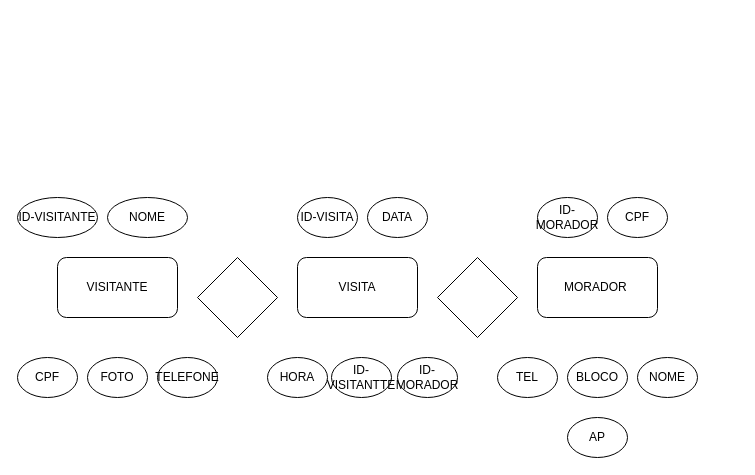
Above: projeto novo.drawio in vivizz-code/3ds (draw.io), before the change. Source tidied: cells renumbered, new cells numbered last; positions are measured from the earlier drawing's top-left corner, leaving out a move shared by most shapes. Both pictures are drawn from the tidied source at 100%, with x=0, y=0 at pixel (17, 197).
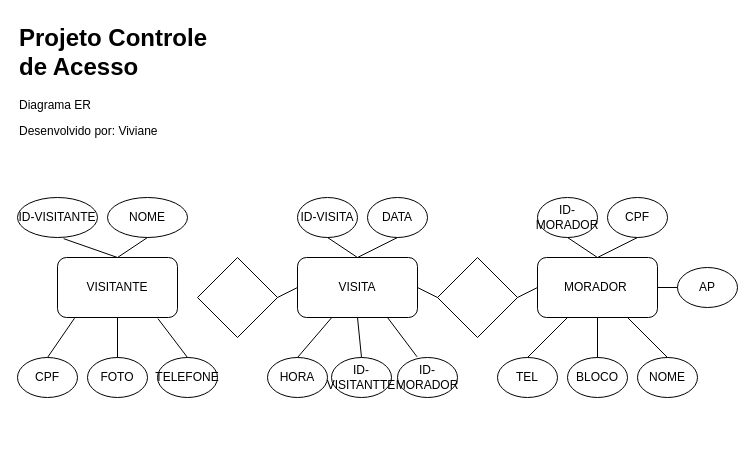
Above is the later version.

Commit message:
projeto do dia 11.drawio

The change refers to these unchanged cells:
```xml
<mxCell id="2" value="VISITANTE" style="rounded=1;whiteSpace=wrap;html=1;" parent="1" vertex="1">
  <mxGeometry x="40" y="60" width="120" height="60" as="geometry" />
</mxCell>
<mxCell id="3" value="VISITA" style="rounded=1;whiteSpace=wrap;html=1;" parent="1" vertex="1">
  <mxGeometry x="280" y="60" width="120" height="60" as="geometry" />
</mxCell>
<mxCell id="4" value="MORADOR&amp;nbsp;" style="rounded=1;whiteSpace=wrap;html=1;" parent="1" vertex="1">
  <mxGeometry x="520" y="60" width="120" height="60" as="geometry" />
</mxCell>
<mxCell id="5" style="rhombus;whiteSpace=wrap;html=1;" parent="1" vertex="1">
  <mxGeometry x="180" y="60" width="80" height="80" as="geometry" />
</mxCell>
<mxCell id="6" style="rhombus;whiteSpace=wrap;html=1;" parent="1" vertex="1">
  <mxGeometry x="420" y="60" width="80" height="80" as="geometry" />
</mxCell>
<mxCell id="7" value="ID-VISITANTE" style="ellipse;whiteSpace=wrap;html=1;" parent="1" vertex="1">
  <mxGeometry width="80" height="40" as="geometry" />
</mxCell>
<mxCell id="8" value="NOME" style="ellipse;whiteSpace=wrap;html=1;" parent="1" vertex="1">
  <mxGeometry x="90" width="80" height="40" as="geometry" />
</mxCell>
<mxCell id="9" value="CPF" style="ellipse;whiteSpace=wrap;html=1;" parent="1" vertex="1">
  <mxGeometry y="160" width="60" height="40" as="geometry" />
</mxCell>
<mxCell id="10" value="FOTO" style="ellipse;whiteSpace=wrap;html=1;" parent="1" vertex="1">
  <mxGeometry x="70" y="160" width="60" height="40" as="geometry" />
</mxCell>
<mxCell id="11" value="TELEFONE" style="ellipse;whiteSpace=wrap;html=1;" parent="1" vertex="1">
  <mxGeometry x="140" y="160" width="60" height="40" as="geometry" />
</mxCell>
<mxCell id="12" value="HORA" style="ellipse;whiteSpace=wrap;html=1;" parent="1" vertex="1">
  <mxGeometry x="250" y="160" width="60" height="40" as="geometry" />
</mxCell>
<mxCell id="13" value="ID-VISITANTTE" style="ellipse;whiteSpace=wrap;html=1;" parent="1" vertex="1">
  <mxGeometry x="314" y="160" width="60" height="40" as="geometry" />
</mxCell>
<mxCell id="14" value="ID-MORADOR" style="ellipse;whiteSpace=wrap;html=1;" parent="1" vertex="1">
  <mxGeometry x="380" y="160" width="60" height="40" as="geometry" />
</mxCell>
<mxCell id="15" value="TEL" style="ellipse;whiteSpace=wrap;html=1;" parent="1" vertex="1">
  <mxGeometry x="480" y="160" width="60" height="40" as="geometry" />
</mxCell>
<mxCell id="16" value="BLOCO" style="ellipse;whiteSpace=wrap;html=1;" parent="1" vertex="1">
  <mxGeometry x="550" y="160" width="60" height="40" as="geometry" />
</mxCell>
<mxCell id="17" value="NOME" style="ellipse;whiteSpace=wrap;html=1;" parent="1" vertex="1">
  <mxGeometry x="620" y="160" width="60" height="40" as="geometry" />
</mxCell>
<mxCell id="19" value="ID-VISITA" style="ellipse;whiteSpace=wrap;html=1;" parent="1" vertex="1">
  <mxGeometry x="280" width="60" height="40" as="geometry" />
</mxCell>
<mxCell id="20" value="DATA" style="ellipse;whiteSpace=wrap;html=1;" parent="1" vertex="1">
  <mxGeometry x="350" width="60" height="40" as="geometry" />
</mxCell>
<mxCell id="21" value="ID-MORADOR" style="ellipse;whiteSpace=wrap;html=1;" parent="1" vertex="1">
  <mxGeometry x="520" width="60" height="40" as="geometry" />
</mxCell>
<mxCell id="22" value="CPF" style="ellipse;whiteSpace=wrap;html=1;" parent="1" vertex="1">
  <mxGeometry x="590" width="60" height="40" as="geometry" />
</mxCell>
```

Diff of the diagram source:
```diff
@@
     <mxCell id="18" value="AP" style="ellipse;whiteSpace=wrap;html=1;" parent="1" vertex="1">
-      <mxGeometry x="550" y="220" width="60" height="40" as="geometry" />
+      <mxGeometry x="660" y="70" width="60" height="40" as="geometry" />
     </mxCell>
@@
+    <mxCell id="23" value="&lt;h1 style=&quot;margin-top: 0px;&quot;&gt;Projeto Controle de Acesso&lt;/h1&gt;&lt;p&gt;Diagrama ER&lt;/p&gt;&lt;p&gt;Desenvolvido por: Viviane&lt;/p&gt;" style="text;html=1;whiteSpace=wrap;overflow=hidden;rounded=0;" parent="1" vertex="1">
+      <mxGeometry y="-180" width="220" height="150" as="geometry" />
+    </mxCell>
+    <mxCell id="24" style="endArrow=none;html=1;rounded=0;entryX=0;entryY=0.5;entryDx=0;entryDy=0;exitX=1;exitY=0.5;exitDx=0;exitDy=0;" parent="1" edge="1" source="5" target="3">
+      <mxGeometry relative="1" as="geometry" />
+    </mxCell>
+    <mxCell id="25" style="endArrow=none;html=1;rounded=0;exitX=0.5;exitY=0;exitDx=0;exitDy=0;" parent="1" edge="1" source="12" target="3">
+      <mxGeometry relative="1" as="geometry" />
+    </mxCell>
+    <mxCell id="26" style="endArrow=none;html=1;rounded=0;exitX=0.5;exitY=0;exitDx=0;exitDy=0;entryX=0.5;entryY=1;entryDx=0;entryDy=0;" parent="1" edge="1" source="13" target="3">
+      <mxGeometry relative="1" as="geometry" />
+    </mxCell>
+    <mxCell id="27" style="endArrow=none;html=1;rounded=0;exitX=0.325;exitY=-0.019;exitDx=0;exitDy=0;exitPerimeter=0;entryX=0.75;entryY=1;entryDx=0;entryDy=0;" parent="1" edge="1" source="14" target="3">
+      <mxGeometry relative="1" as="geometry" />
+    </mxCell>
+    <mxCell id="28" style="endArrow=none;html=1;rounded=0;entryX=0.5;entryY=1;entryDx=0;entryDy=0;exitX=0.5;exitY=0;exitDx=0;exitDy=0;" parent="1" edge="1" source="10" target="2">
+      <mxGeometry relative="1" as="geometry" />
+    </mxCell>
+    <mxCell id="29" style="endArrow=none;html=1;rounded=0;exitX=0.5;exitY=0;exitDx=0;exitDy=0;entryX=0.142;entryY=1.011;entryDx=0;entryDy=0;entryPerimeter=0;" parent="1" edge="1" source="9" target="2">
+      <mxGeometry relative="1" as="geometry" />
+    </mxCell>
+    <mxCell id="30" style="endArrow=none;html=1;rounded=0;exitX=0.5;exitY=0;exitDx=0;exitDy=0;entryX=0.837;entryY=1.019;entryDx=0;entryDy=0;entryPerimeter=0;" parent="1" edge="1" source="11" target="2">
+      <mxGeometry relative="1" as="geometry" />
+    </mxCell>
+    <mxCell id="31" style="endArrow=none;html=1;rounded=0;entryX=0.5;entryY=1;entryDx=0;entryDy=0;exitX=0.5;exitY=0;exitDx=0;exitDy=0;" parent="1" edge="1" source="2" target="8">
+      <mxGeometry relative="1" as="geometry" />
+    </mxCell>
+    <mxCell id="32" style="endArrow=none;html=1;rounded=0;entryX=0.577;entryY=1.029;entryDx=0;entryDy=0;entryPerimeter=0;exitX=0.5;exitY=0;exitDx=0;exitDy=0;" parent="1" edge="1" source="2" target="7">
+      <mxGeometry relative="1" as="geometry" />
+    </mxCell>
+    <mxCell id="33" style="endArrow=none;html=1;rounded=0;entryX=0.5;entryY=1;entryDx=0;entryDy=0;exitX=0.5;exitY=0;exitDx=0;exitDy=0;" parent="1" edge="1" source="3" target="20">
+      <mxGeometry relative="1" as="geometry" />
+    </mxCell>
+    <mxCell id="34" style="endArrow=none;html=1;rounded=0;entryX=0.5;entryY=1;entryDx=0;entryDy=0;exitX=0.5;exitY=0;exitDx=0;exitDy=0;" parent="1" edge="1" source="3" target="19">
+      <mxGeometry relative="1" as="geometry" />
+    </mxCell>
+    <mxCell id="35" style="endArrow=none;html=1;rounded=0;exitX=1;exitY=0.5;exitDx=0;exitDy=0;entryX=0;entryY=0.5;entryDx=0;entryDy=0;" parent="1" edge="1" source="3" target="6">
+      <mxGeometry relative="1" as="geometry" />
+    </mxCell>
+    <mxCell id="36" style="endArrow=none;html=1;rounded=0;entryX=0;entryY=0.5;entryDx=0;entryDy=0;" parent="1" edge="1" target="4">
+      <mxGeometry relative="1" as="geometry">
+        <mxPoint x="500" y="100" as="sourcePoint" />
+      </mxGeometry>
+    </mxCell>
+    <mxCell id="37" style="endArrow=none;html=1;rounded=0;entryX=0.5;entryY=1;entryDx=0;entryDy=0;exitX=0.5;exitY=0;exitDx=0;exitDy=0;" parent="1" edge="1" source="4" target="21">
+      <mxGeometry relative="1" as="geometry" />
+    </mxCell>
+    <mxCell id="38" style="endArrow=none;html=1;rounded=0;entryX=0.5;entryY=1;entryDx=0;entryDy=0;exitX=0.5;exitY=0;exitDx=0;exitDy=0;" parent="1" edge="1" source="4" target="22">
+      <mxGeometry relative="1" as="geometry" />
+    </mxCell>
+    <mxCell id="39" style="endArrow=none;html=1;rounded=0;entryX=0.5;entryY=1;entryDx=0;entryDy=0;exitX=0.5;exitY=0;exitDx=0;exitDy=0;" parent="1" edge="1" source="16" target="4">
+      <mxGeometry relative="1" as="geometry" />
+    </mxCell>
+    <mxCell id="40" style="endArrow=none;html=1;rounded=0;entryX=0.25;entryY=1;entryDx=0;entryDy=0;exitX=0.5;exitY=0;exitDx=0;exitDy=0;" parent="1" edge="1" source="15" target="4">
+      <mxGeometry relative="1" as="geometry" />
+    </mxCell>
+    <mxCell id="41" style="endArrow=none;html=1;rounded=0;exitX=0.5;exitY=0;exitDx=0;exitDy=0;entryX=0.75;entryY=1;entryDx=0;entryDy=0;" parent="1" edge="1" source="17" target="4">
+      <mxGeometry relative="1" as="geometry" />
+    </mxCell>
+    <mxCell id="42" style="endArrow=none;html=1;rounded=0;entryX=0;entryY=0.5;entryDx=0;entryDy=0;exitX=1;exitY=0.5;exitDx=0;exitDy=0;" parent="1" edge="1" source="4" target="18">
+      <mxGeometry relative="1" as="geometry" />
+    </mxCell>
```
